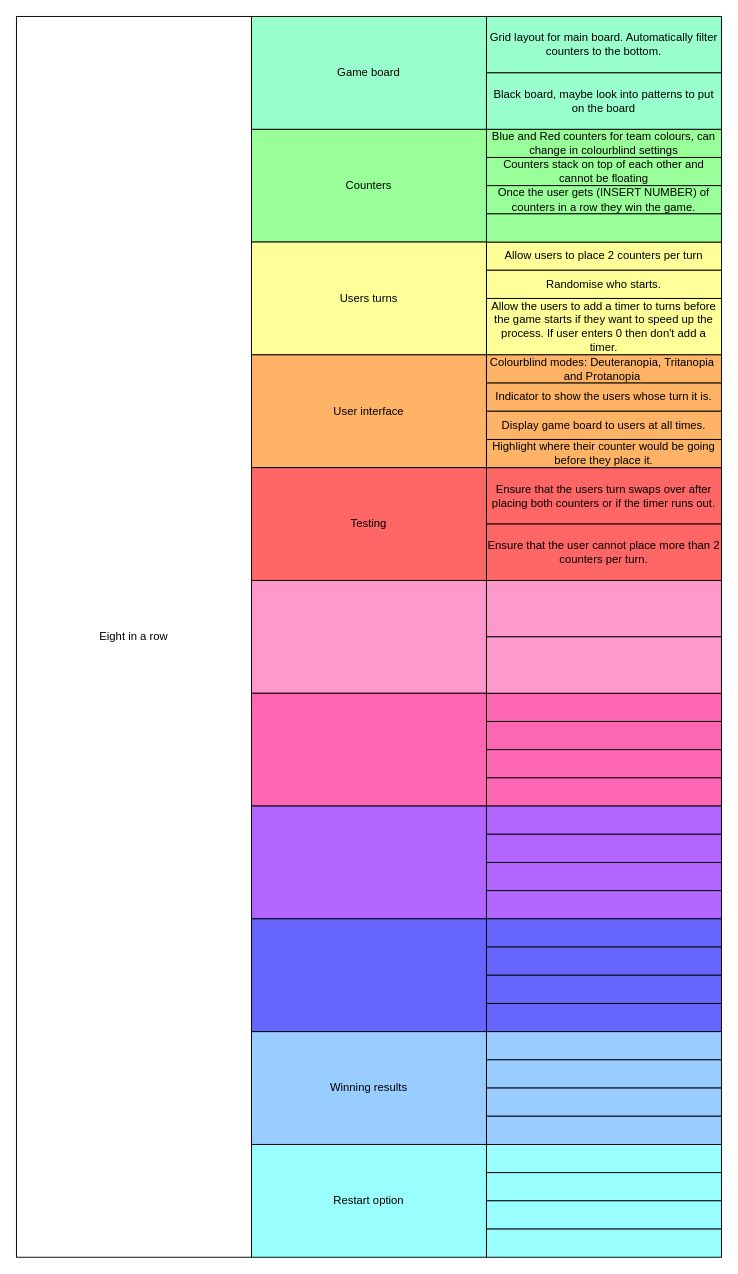
The draw.io diagram Decomposition table.drawio in PURDUEJA/8-in-a-row, before the edit. Source tidied: cells renumbered, new cells numbered last; positions are measured from the earlier drawing's top-left corner, leaving out a move shared by most shapes. Both pictures are drawn from the tidied source at 94%, with x=0, y=0 at pixel (16, 16).
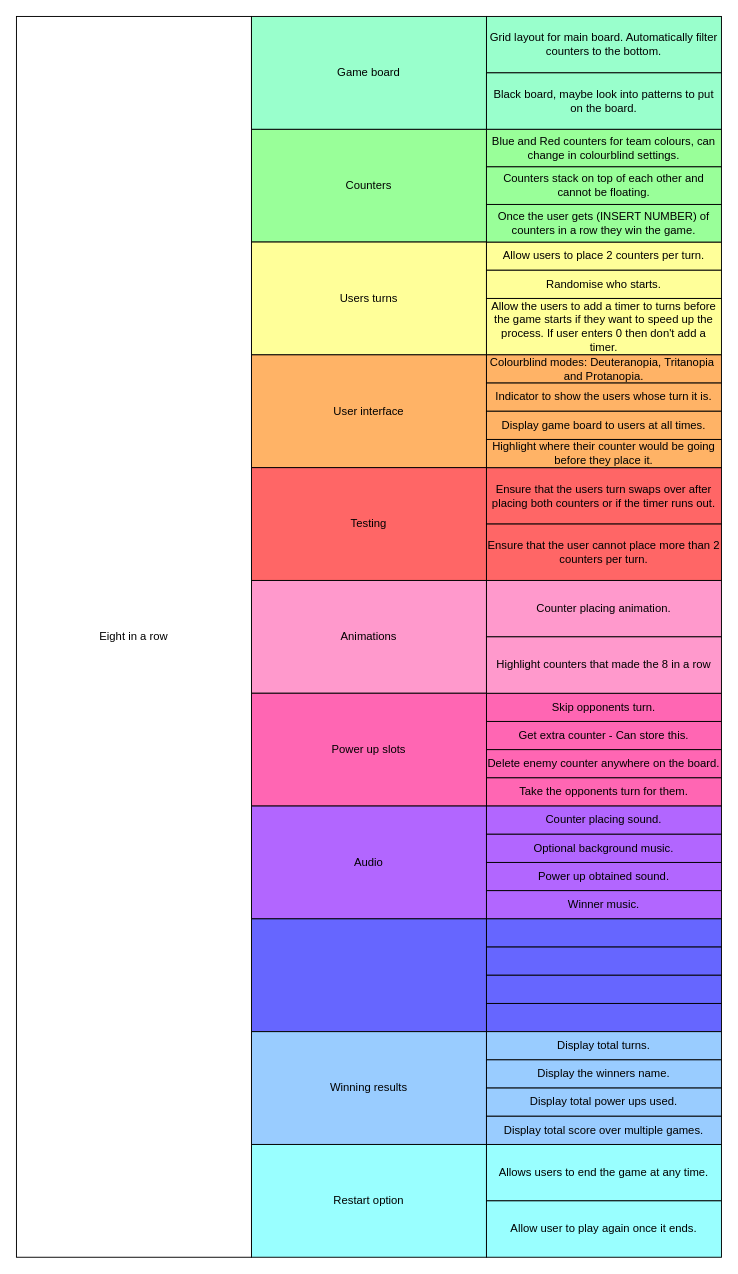
The same diagram, later.

Change to the diagram source:
```diff
@@
-    <mxCell id="6" value="Allow users to place 2 counters per turn" style="rounded=0;whiteSpace=wrap;html=1;fillColor=#FFFF99;" parent="1" vertex="1">
+    <mxCell id="6" value="Allow users to place 2 counters per turn." style="rounded=0;whiteSpace=wrap;html=1;fillColor=#FFFF99;" parent="1" vertex="1">
       <mxGeometry x="500" y="240" width="250" height="30" as="geometry" />
     </mxCell>
@@
-    <mxCell id="9" value="Blue and Red counters for team colours, can change in colourblind settings" style="rounded=0;whiteSpace=wrap;html=1;fillColor=#99FF99;" parent="1" vertex="1">
-      <mxGeometry x="500" y="120" width="250" height="30" as="geometry" />
+    <mxCell id="9" value="Blue and Red counters for team colours, can change in colourblind settings." style="rounded=0;whiteSpace=wrap;html=1;fillColor=#99FF99;" parent="1" vertex="1">
+      <mxGeometry x="500" y="120" width="250" height="40" as="geometry" />
     </mxCell>
-    <mxCell id="10" value="Counters stack on top of each other and cannot be floating" style="rounded=0;whiteSpace=wrap;html=1;fillColor=#99FF99;" parent="1" vertex="1">
-      <mxGeometry x="500" y="150" width="250" height="30" as="geometry" />
+    <mxCell id="10" value="Counters stack on top of each other and cannot be floating." style="rounded=0;whiteSpace=wrap;html=1;fillColor=#99FF99;" parent="1" vertex="1">
+      <mxGeometry x="500" y="160" width="250" height="40" as="geometry" />
     </mxCell>
     <mxCell id="11" value="Once the user gets (INSERT NUMBER) of counters in a row they win the game." style="rounded=0;whiteSpace=wrap;html=1;fillColor=#99FF99;" parent="1" vertex="1">
-      <mxGeometry x="500" y="180" width="250" height="30" as="geometry" />
+      <mxGeometry x="500" y="200" width="250" height="40" as="geometry" />
     </mxCell>
-    <mxCell id="12" style="rounded=0;whiteSpace=wrap;html=1;fillColor=#99FF99;" parent="1" vertex="1">
-      <mxGeometry x="500" y="210" width="250" height="30" as="geometry" />
-    </mxCell>
-    <mxCell id="13" style="rounded=0;whiteSpace=wrap;html=1;fillColor=#FF66B3;" parent="1" vertex="1">
+    <mxCell id="13" value="Skip opponents turn." style="rounded=0;whiteSpace=wrap;html=1;fillColor=#FF66B3;" parent="1" vertex="1">
       <mxGeometry x="500" y="720" width="250" height="30" as="geometry" />
     </mxCell>
-    <mxCell id="14" style="rounded=0;whiteSpace=wrap;html=1;fillColor=#FF66B3;" parent="1" vertex="1">
+    <mxCell id="14" value="Get extra counter - Can store this." style="rounded=0;whiteSpace=wrap;html=1;fillColor=#FF66B3;" parent="1" vertex="1">
       <mxGeometry x="500" y="750" width="250" height="30" as="geometry" />
     </mxCell>
-    <mxCell id="15" style="rounded=0;whiteSpace=wrap;html=1;fillColor=#FF66B3;" parent="1" vertex="1">
+    <mxCell id="15" value="Delete enemy counter anywhere on the board." style="rounded=0;whiteSpace=wrap;html=1;fillColor=#FF66B3;" parent="1" vertex="1">
       <mxGeometry x="500" y="780" width="250" height="30" as="geometry" />
     </mxCell>
-    <mxCell id="16" style="rounded=0;whiteSpace=wrap;html=1;fillColor=#FF66B3;" parent="1" vertex="1">
+    <mxCell id="16" value="Take the opponents turn for them." style="rounded=0;whiteSpace=wrap;html=1;fillColor=#FF66B3;" parent="1" vertex="1">
       <mxGeometry x="500" y="810" width="250" height="30" as="geometry" />
     </mxCell>
@@
-    <mxCell id="19" style="rounded=0;whiteSpace=wrap;html=1;fillColor=#FF99CC;" parent="1" vertex="1">
+    <mxCell id="19" value="Animations" style="rounded=0;whiteSpace=wrap;html=1;fillColor=#FF99CC;" parent="1" vertex="1">
       <mxGeometry x="250" y="600" width="250" height="120" as="geometry" />
     </mxCell>
-    <mxCell id="20" style="rounded=0;whiteSpace=wrap;html=1;fillColor=#FF66B3;" parent="1" vertex="1">
+    <mxCell id="20" value="Power up slots" style="rounded=0;whiteSpace=wrap;html=1;fillColor=#FF66B3;" parent="1" vertex="1">
       <mxGeometry x="250" y="720" width="250" height="120" as="geometry" />
     </mxCell>
-    <mxCell id="21" value="Colourblind modes: Deuteranopia,&amp;nbsp;Tritanopia&amp;nbsp; and&amp;nbsp;Protanopia&amp;nbsp;" style="rounded=0;whiteSpace=wrap;html=1;fillColor=#FFB366;" parent="1" vertex="1">
+    <mxCell id="21" value="Colourblind modes: Deuteranopia,&amp;nbsp;Tritanopia&amp;nbsp; and&amp;nbsp;Protanopia." style="rounded=0;whiteSpace=wrap;html=1;fillColor=#FFB366;" parent="1" vertex="1">
       <mxGeometry x="500" y="360" width="250" height="30" as="geometry" />
     </mxCell>
-    <mxCell id="22" style="rounded=0;whiteSpace=wrap;html=1;fillColor=#FF99CC;" parent="1" vertex="1">
+    <mxCell id="22" value="Counter placing animation." style="rounded=0;whiteSpace=wrap;html=1;fillColor=#FF99CC;" parent="1" vertex="1">
       <mxGeometry x="500" y="600" width="250" height="60" as="geometry" />
     </mxCell>
-    <mxCell id="23" style="rounded=0;whiteSpace=wrap;html=1;fillColor=#FF99CC;" parent="1" vertex="1">
+    <mxCell id="23" value="Highlight counters that made the 8 in a row" style="rounded=0;whiteSpace=wrap;html=1;fillColor=#FF99CC;" parent="1" vertex="1">
       <mxGeometry x="500" y="660" width="250" height="60" as="geometry" />
     </mxCell>
-    <mxCell id="24" style="rounded=0;whiteSpace=wrap;html=1;fillColor=#B266FF;" parent="1" vertex="1">
+    <mxCell id="24" value="Audio" style="rounded=0;whiteSpace=wrap;html=1;fillColor=#B266FF;" parent="1" vertex="1">
       <mxGeometry x="250" y="840" width="250" height="120" as="geometry" />
     </mxCell>
@@
-    <mxCell id="28" style="rounded=0;whiteSpace=wrap;html=1;fillColor=#99FFFF;" parent="1" vertex="1">
-      <mxGeometry x="500" y="1200" width="250" height="30" as="geometry" />
+    <mxCell id="28" value="Allows users to end the game at any time." style="rounded=0;whiteSpace=wrap;html=1;fillColor=#99FFFF;" parent="1" vertex="1">
+      <mxGeometry x="500" y="1200" width="250" height="60" as="geometry" />
     </mxCell>
-    <mxCell id="29" style="rounded=0;whiteSpace=wrap;html=1;fillColor=#99FFFF;" parent="1" vertex="1">
-      <mxGeometry x="500" y="1230" width="250" height="30" as="geometry" />
+    <mxCell id="29" value="Allow user to play again once it ends." style="rounded=0;whiteSpace=wrap;html=1;fillColor=#99FFFF;" parent="1" vertex="1">
+      <mxGeometry x="500" y="1260" width="250" height="60" as="geometry" />
     </mxCell>
-    <mxCell id="30" style="rounded=0;whiteSpace=wrap;html=1;fillColor=#99FFFF;" parent="1" vertex="1">
-      <mxGeometry x="500" y="1260" width="250" height="30" as="geometry" />
-    </mxCell>
-    <mxCell id="31" style="rounded=0;whiteSpace=wrap;html=1;fillColor=#99FFFF;" parent="1" vertex="1">
-      <mxGeometry x="500" y="1290" width="250" height="30" as="geometry" />
-    </mxCell>
-    <mxCell id="32" style="rounded=0;whiteSpace=wrap;html=1;fillColor=#B266FF;" parent="1" vertex="1">
+    <mxCell id="32" value="Counter placing sound." style="rounded=0;whiteSpace=wrap;html=1;fillColor=#B266FF;" parent="1" vertex="1">
       <mxGeometry x="500" y="840" width="250" height="30" as="geometry" />
     </mxCell>
-    <mxCell id="33" style="rounded=0;whiteSpace=wrap;html=1;fillColor=#B266FF;" parent="1" vertex="1">
+    <mxCell id="33" value="Optional background music." style="rounded=0;whiteSpace=wrap;html=1;fillColor=#B266FF;" parent="1" vertex="1">
       <mxGeometry x="500" y="870" width="250" height="30" as="geometry" />
     </mxCell>
-    <mxCell id="34" style="rounded=0;whiteSpace=wrap;html=1;fillColor=#B266FF;" parent="1" vertex="1">
+    <mxCell id="34" value="Power up obtained sound." style="rounded=0;whiteSpace=wrap;html=1;fillColor=#B266FF;" parent="1" vertex="1">
       <mxGeometry x="500" y="900" width="250" height="30" as="geometry" />
     </mxCell>
-    <mxCell id="35" style="rounded=0;whiteSpace=wrap;html=1;fillColor=#B266FF;" parent="1" vertex="1">
+    <mxCell id="35" value="Winner music." style="rounded=0;whiteSpace=wrap;html=1;fillColor=#B266FF;" parent="1" vertex="1">
       <mxGeometry x="500" y="930" width="250" height="30" as="geometry" />
     </mxCell>
@@
-    <mxCell id="40" style="rounded=0;whiteSpace=wrap;html=1;fillColor=#99CCFF;" parent="1" vertex="1">
+    <mxCell id="40" value="Display total turns." style="rounded=0;whiteSpace=wrap;html=1;fillColor=#99CCFF;" parent="1" vertex="1">
       <mxGeometry x="500" y="1080" width="250" height="30" as="geometry" />
     </mxCell>
-    <mxCell id="41" style="rounded=0;whiteSpace=wrap;html=1;fillColor=#99CCFF;" parent="1" vertex="1">
+    <mxCell id="41" value="Display the winners name." style="rounded=0;whiteSpace=wrap;html=1;fillColor=#99CCFF;" parent="1" vertex="1">
       <mxGeometry x="500" y="1110" width="250" height="30" as="geometry" />
     </mxCell>
-    <mxCell id="42" style="rounded=0;whiteSpace=wrap;html=1;fillColor=#99CCFF;" parent="1" vertex="1">
+    <mxCell id="42" value="Display total power ups used." style="rounded=0;whiteSpace=wrap;html=1;fillColor=#99CCFF;" parent="1" vertex="1">
       <mxGeometry x="500" y="1140" width="250" height="30" as="geometry" />
     </mxCell>
-    <mxCell id="43" style="rounded=0;whiteSpace=wrap;html=1;fillColor=#99CCFF;" parent="1" vertex="1">
+    <mxCell id="43" value="Display total score over multiple games." style="rounded=0;whiteSpace=wrap;html=1;fillColor=#99CCFF;" parent="1" vertex="1">
       <mxGeometry x="500" y="1170" width="250" height="30" as="geometry" />
     </mxCell>
@@
-    <mxCell id="50" value="Black board, maybe look into patterns to put on the board" style="rounded=0;whiteSpace=wrap;html=1;fillColor=#99FFCC;" parent="1" vertex="1">
+    <mxCell id="50" value="Black board, maybe look into patterns to put on the board." style="rounded=0;whiteSpace=wrap;html=1;fillColor=#99FFCC;" parent="1" vertex="1">
       <mxGeometry x="500" y="60" width="250" height="60" as="geometry" />
     </mxCell>
```
